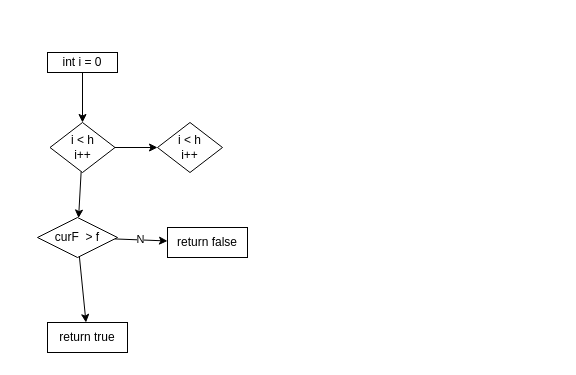
This is page "connectsAll" (2 of 2) of c++/cccPractice/problems/senior/2010/design/s3.dio from andrew-canada/gomoku, a draw.io file, before an edit. Source tidied: cells renumbered, new cells numbered last; positions are measured from the earlier drawing's top-left corner, leaving out a move shared by most shapes. Both pictures are drawn from the tidied source at 100%, with x=0, y=0 at pixel (37, 52).
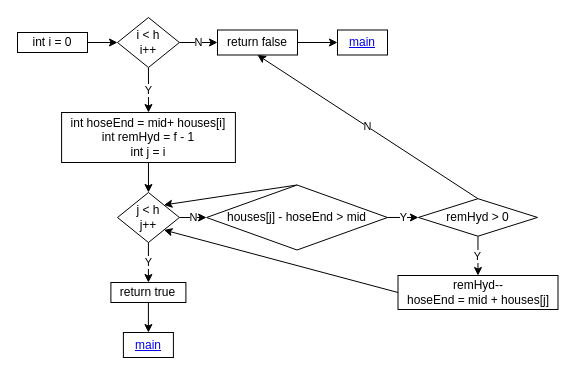
The same diagram, later.

Change to the diagram source:
```diff
@@
     <mxCell id="3" value="int i = 0" style="rounded=0;whiteSpace=wrap;html=1;" parent="1" vertex="1">
-      <mxGeometry x="10" width="70" height="20" as="geometry" />
+      <mxGeometry x="-20" y="-20" width="70" height="20" as="geometry" />
     </mxCell>
-    <mxCell id="4" style="edgeStyle=none;html=1;" parent="1" edge="1" source="6" target="9">
-      <mxGeometry relative="1" as="geometry" />
-    </mxCell>
-    <mxCell id="5" style="edgeStyle=none;html=1;" parent="1" edge="1" source="6" target="12">
-      <mxGeometry relative="1" as="geometry" />
-    </mxCell>
+    <mxCell id="13" value="Y" style="edgeStyle=none;html=1;" parent="1" edge="1" source="6" target="15">
+      <mxGeometry relative="1" as="geometry" />
+    </mxCell>
+    <mxCell id="7" value="N" style="edgeStyle=none;html=1;" parent="1" edge="1" source="6" target="10">
+      <mxGeometry relative="1" as="geometry" />
+    </mxCell>
     <mxCell id="6" value="i &amp;lt; h&lt;br&gt;i++" style="rhombus;whiteSpace=wrap;html=1;rounded=0;" parent="1" vertex="1">
-      <mxGeometry x="12.5" y="70" width="65" height="50" as="geometry" />
+      <mxGeometry x="80" y="-35" width="61.9" height="50" as="geometry" />
     </mxCell>
-    <mxCell id="7" value="N" style="edgeStyle=none;html=1;" parent="1" edge="1" source="9" target="10">
-      <mxGeometry relative="1" as="geometry" />
-    </mxCell>
-    <mxCell id="8" style="edgeStyle=none;html=1;" parent="1" edge="1" source="9" target="11">
-      <mxGeometry relative="1" as="geometry" />
-    </mxCell>
-    <mxCell id="9" value="curF&amp;nbsp; &amp;gt; f" style="rhombus;whiteSpace=wrap;html=1;rounded=0;" parent="1" vertex="1">
-      <mxGeometry y="165" width="80" height="40" as="geometry" />
-    </mxCell>
+    <mxCell id="14" style="edgeStyle=none;html=1;entryX=0.5;entryY=0;entryDx=0;entryDy=0;" parent="1" edge="1" source="15" target="18">
+      <mxGeometry relative="1" as="geometry" />
+    </mxCell>
+    <mxCell id="15" value="int hoseEnd = mid+ houses[i]&lt;br&gt;int remHyd = f - 1&lt;br&gt;int j = i" style="whiteSpace=wrap;html=1;rounded=0;" parent="1" vertex="1">
+      <mxGeometry x="24.1" y="60" width="173.8" height="50" as="geometry" />
+    </mxCell>
+    <mxCell id="16" value="N" style="edgeStyle=none;html=1;entryX=0;entryY=0.5;entryDx=0;entryDy=0;" parent="1" edge="1" source="18" target="23">
+      <mxGeometry relative="1" as="geometry" />
+    </mxCell>
+    <mxCell id="17" value="Y" style="edgeStyle=none;html=1;" parent="1" edge="1" source="18" target="11">
+      <mxGeometry relative="1" as="geometry" />
+    </mxCell>
+    <mxCell id="18" value="j &amp;lt; h&lt;br&gt;j++" style="rhombus;whiteSpace=wrap;html=1;rounded=0;" parent="1" vertex="1">
+      <mxGeometry x="80" y="140" width="61.9" height="50" as="geometry" />
+    </mxCell>
+    <mxCell id="19" style="edgeStyle=none;html=1;" parent="1" edge="1" source="10" target="20">
+      <mxGeometry relative="1" as="geometry" />
+    </mxCell>
-    <mxCell id="10" value="return false" style="rounded=0;whiteSpace=wrap;html=1;" parent="1" vertex="1">
-      <mxGeometry x="130" y="175" width="80" height="30" as="geometry" />
+    <mxCell id="10" value="return false" style="whiteSpace=wrap;html=1;rounded=0;" parent="1" vertex="1">
+      <mxGeometry x="180" y="-22.5" width="80" height="25" as="geometry" />
     </mxCell>
+    <mxCell id="20" value="&lt;a href=&quot;data:page/id,QyVkIBkOrX0Bcn6KgalT&quot;&gt;main&lt;/a&gt;" style="whiteSpace=wrap;html=1;rounded=0;" parent="1" vertex="1">
+      <mxGeometry x="300" y="-22.5" width="50" height="25" as="geometry" />
+    </mxCell>
+    <mxCell id="21" value="Y" style="edgeStyle=none;html=1;" parent="1" edge="1" source="23" target="26">
+      <mxGeometry relative="1" as="geometry" />
+    </mxCell>
+    <mxCell id="22" style="edgeStyle=none;html=1;exitX=0.5;exitY=0;exitDx=0;exitDy=0;entryX=1;entryY=0;entryDx=0;entryDy=0;" parent="1" edge="1" source="23" target="18">
+      <mxGeometry relative="1" as="geometry" />
+    </mxCell>
+    <mxCell id="23" value="houses[j] - hoseEnd &amp;gt; mid" style="rhombus;whiteSpace=wrap;html=1;rounded=0;" parent="1" vertex="1">
+      <mxGeometry x="169.1" y="132.5" width="180.9" height="65" as="geometry" />
+    </mxCell>
+    <mxCell id="24" value="N" style="edgeStyle=none;html=1;exitX=0.5;exitY=0;exitDx=0;exitDy=0;entryX=0.5;entryY=1;entryDx=0;entryDy=0;" parent="1" edge="1" source="26" target="10">
+      <mxGeometry relative="1" as="geometry" />
+    </mxCell>
+    <mxCell id="25" value="Y" style="edgeStyle=none;html=1;" parent="1" edge="1" source="26" target="30">
+      <mxGeometry relative="1" as="geometry" />
+    </mxCell>
+    <mxCell id="26" value="remHyd &amp;gt; 0" style="rhombus;whiteSpace=wrap;html=1;rounded=0;" parent="1" vertex="1">
+      <mxGeometry x="380.9" y="146.2" width="119.1" height="37.5" as="geometry" />
+    </mxCell>
+    <mxCell id="27" style="edgeStyle=none;html=1;" parent="1" edge="1" source="11" target="28">
+      <mxGeometry relative="1" as="geometry" />
+    </mxCell>
-    <mxCell id="11" value="return true" style="rounded=0;whiteSpace=wrap;html=1;" parent="1" vertex="1">
-      <mxGeometry x="10" y="270" width="80" height="30" as="geometry" />
+    <mxCell id="11" value="return true" style="whiteSpace=wrap;html=1;rounded=0;" parent="1" vertex="1">
+      <mxGeometry x="73.4" y="230" width="75" height="20" as="geometry" />
     </mxCell>
-    <mxCell id="12" value="i &amp;lt; h&lt;br&gt;i++" style="rhombus;whiteSpace=wrap;html=1;rounded=0;" parent="1" vertex="1">
-      <mxGeometry x="120" y="70" width="65" height="50" as="geometry" />
-    </mxCell>
+    <mxCell id="28" value="&lt;a href=&quot;null&quot;&gt;main&lt;/a&gt;" style="whiteSpace=wrap;html=1;rounded=0;" parent="1" vertex="1">
+      <mxGeometry x="85.9" y="280" width="50" height="25" as="geometry" />
+    </mxCell>
+    <mxCell id="29" style="edgeStyle=none;html=1;exitX=0;exitY=0.5;exitDx=0;exitDy=0;entryX=1;entryY=1;entryDx=0;entryDy=0;" parent="1" edge="1" source="30" target="18">
+      <mxGeometry relative="1" as="geometry" />
+    </mxCell>
+    <mxCell id="30" value="remHyd--&lt;br&gt;hoseEnd = mid + houses[j]" style="whiteSpace=wrap;html=1;rounded=0;" parent="1" vertex="1">
+      <mxGeometry x="360.5" y="223" width="160" height="34" as="geometry" />
+    </mxCell>
```
